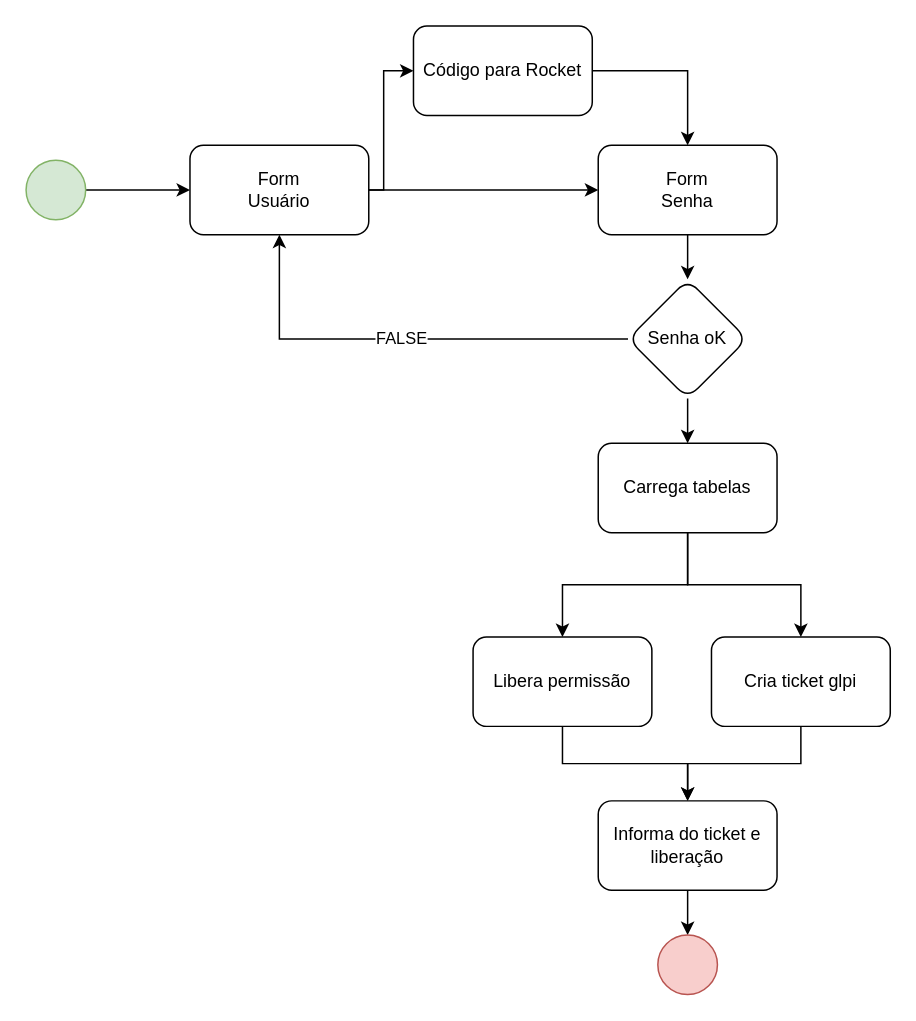
Earlier version of the draw.io diagram docs/arch.drawio (samuelrcarvalho/carcereiro-web). Source tidied: cells renumbered, new cells numbered last; positions are measured from the earlier drawing's top-left corner, leaving out a move shared by most shapes. Both pictures are drawn from the tidied source at 149%, with x=0, y=0 at pixel (25, 25).
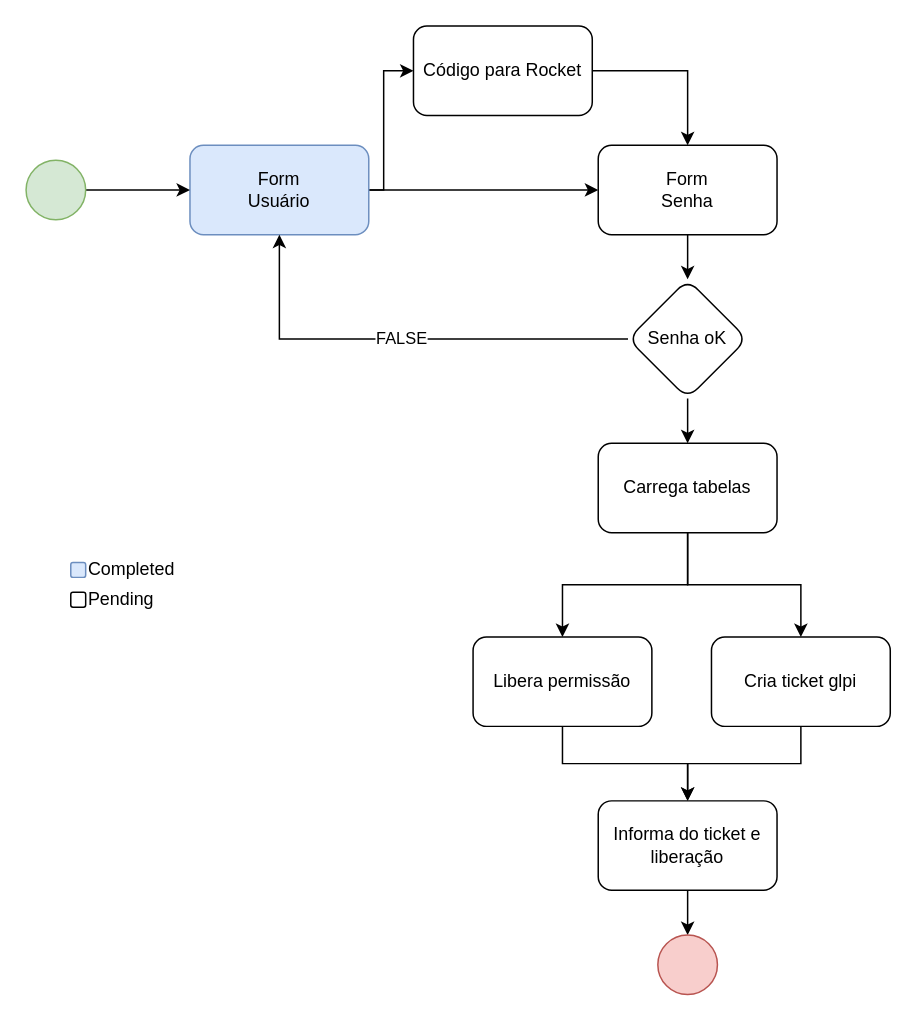
The same diagram, later.

Change to the diagram source:
```diff
@@
-    <mxCell id="4" value="&lt;div&gt;Form &lt;br&gt;&lt;/div&gt;&lt;div&gt;Usuário&lt;br&gt;&lt;/div&gt;" style="rounded=1;whiteSpace=wrap;html=1;" parent="1" vertex="1">
+    <mxCell id="4" value="&lt;div&gt;Form &lt;br&gt;&lt;/div&gt;&lt;div&gt;Usuário&lt;br&gt;&lt;/div&gt;" style="rounded=1;whiteSpace=wrap;html=1;fillColor=#dae8fc;strokeColor=#6c8ebf;" parent="1" vertex="1">
       <mxGeometry x="110" y="80" width="120" height="60" as="geometry" />
     </mxCell>
@@
+    <mxCell id="24" value="Completed" style="rounded=1;whiteSpace=wrap;html=1;fillColor=#dae8fc;strokeColor=#6c8ebf;labelPosition=right;verticalLabelPosition=middle;align=left;verticalAlign=middle;" parent="1" vertex="1">
+      <mxGeometry x="30" y="360" width="10" height="10" as="geometry" />
+    </mxCell>
+    <mxCell id="25" value="Pending" style="rounded=1;whiteSpace=wrap;html=1;labelPosition=right;verticalLabelPosition=middle;align=left;verticalAlign=middle;" parent="1" vertex="1">
+      <mxGeometry x="30" y="380" width="10" height="10" as="geometry" />
+    </mxCell>
```
